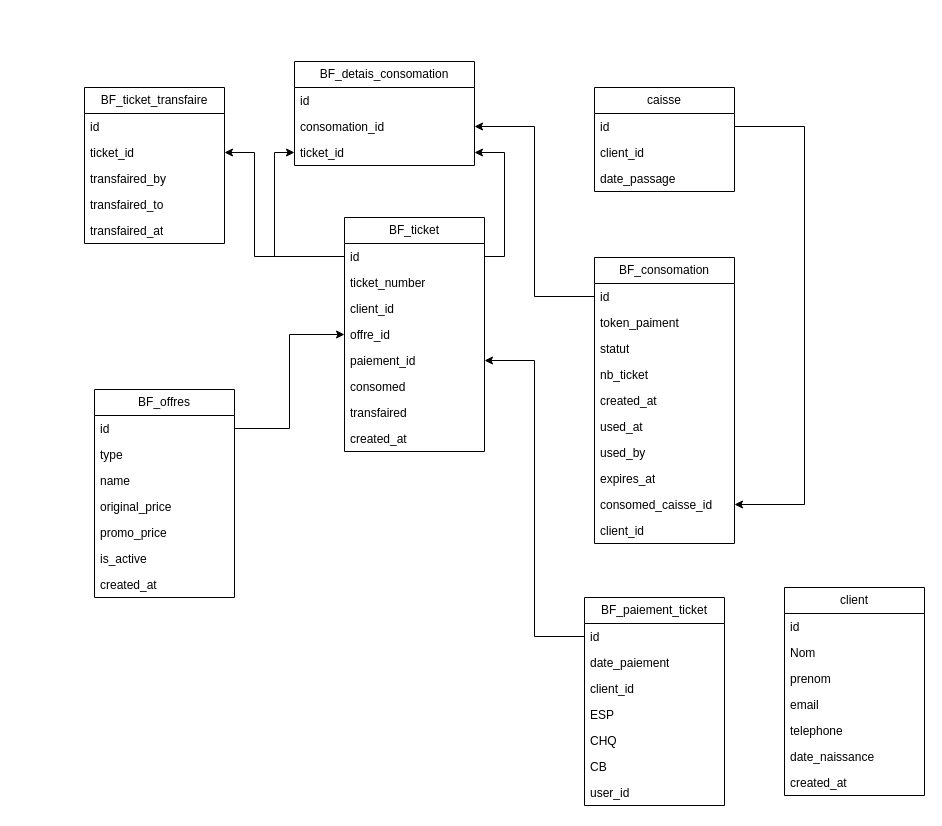
Above: Diagramme sans nom.drawio in KhobouzDev/draw.io (draw.io), before the change. Source tidied: cells renumbered, new cells numbered last; positions are measured from the earlier drawing's top-left corner, leaving out a move shared by most shapes. Both pictures are drawn from the tidied source at 100%, with x=0, y=0 at pixel (84, 61).
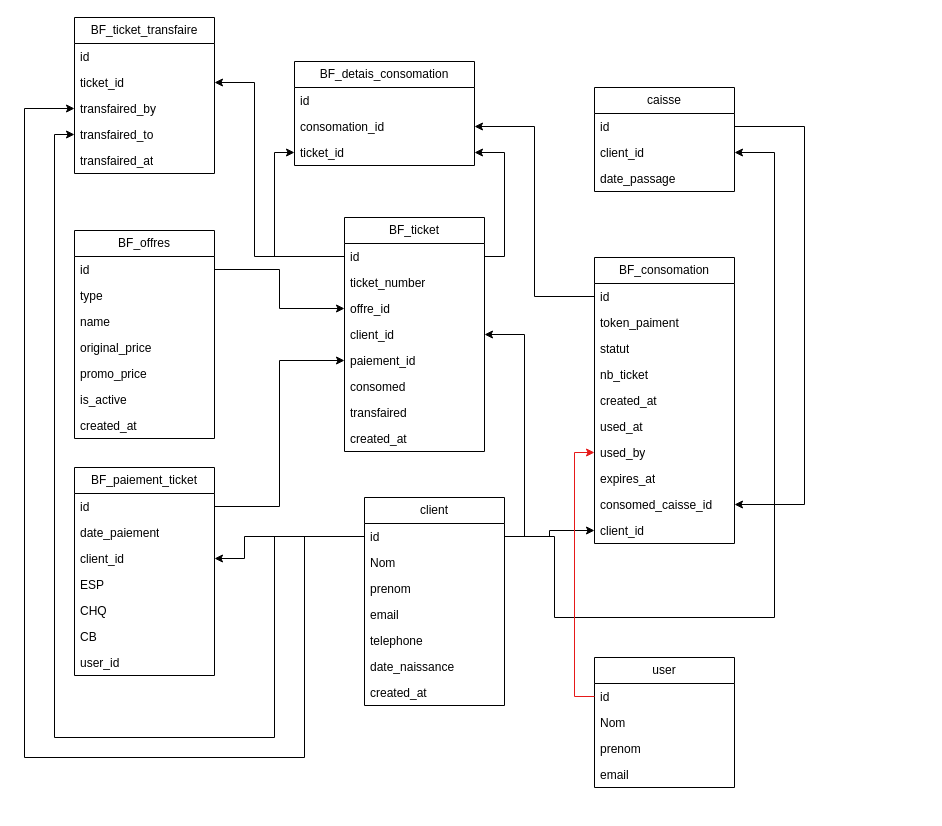
Above is the later version.

Commit message (it also covers changes not shown here):
Mettre à jour Diagramme sans nom.drawio

Unchanged cells that the change refers to:
```xml
<mxCell id="10" value="BF_ticket" style="swimlane;fontStyle=0;horizontal=1;startSize=26;fillColor=none;whiteSpace=wrap;html=1;" parent="1" vertex="1">
  <mxGeometry x="260" y="156" width="140" height="234" as="geometry" />
</mxCell>
<mxCell id="11" value="id" style="text;strokeColor=none;fillColor=none;align=left;verticalAlign=top;spacingLeft=4;spacingRight=4;overflow=hidden;points=[[0,0.5],[1,0.5]];portConstraint=eastwest;whiteSpace=wrap;html=1;" parent="10" vertex="1">
  <mxGeometry y="26" width="140" height="26" as="geometry" />
</mxCell>
<mxCell id="15" value="paiement_id" style="text;strokeColor=none;fillColor=none;align=left;verticalAlign=top;spacingLeft=4;spacingRight=4;overflow=hidden;points=[[0,0.5],[1,0.5]];portConstraint=eastwest;whiteSpace=wrap;html=1;" parent="10" vertex="1">
  <mxGeometry y="130" width="140" height="26" as="geometry" />
</mxCell>
<mxCell id="21" value="client_id" style="text;strokeColor=none;fillColor=none;align=left;verticalAlign=top;spacingLeft=4;spacingRight=4;overflow=hidden;points=[[0,0.5],[1,0.5]];portConstraint=eastwest;whiteSpace=wrap;html=1;" parent="19" vertex="1">
  <mxGeometry y="52" width="140" height="26" as="geometry" />
</mxCell>
<mxCell id="30" value="used_by" style="text;strokeColor=none;fillColor=none;align=left;verticalAlign=top;spacingLeft=4;spacingRight=4;overflow=hidden;points=[[0,0.5],[1,0.5]];portConstraint=eastwest;whiteSpace=wrap;html=1;" parent="23" vertex="1">
  <mxGeometry y="182" width="140" height="26" as="geometry" />
</mxCell>
<mxCell id="33" value="client_id" style="text;strokeColor=none;fillColor=none;align=left;verticalAlign=top;spacingLeft=4;spacingRight=4;overflow=hidden;points=[[0,0.5],[1,0.5]];portConstraint=eastwest;whiteSpace=wrap;html=1;" parent="23" vertex="1">
  <mxGeometry y="260" width="140" height="26" as="geometry" />
</mxCell>
<mxCell id="40" value="ticket_id" style="text;strokeColor=none;fillColor=none;align=left;verticalAlign=top;spacingLeft=4;spacingRight=4;overflow=hidden;points=[[0,0.5],[1,0.5]];portConstraint=eastwest;whiteSpace=wrap;html=1;" parent="38" vertex="1">
  <mxGeometry y="52" width="140" height="26" as="geometry" />
</mxCell>
<mxCell id="41" value="transfaired_by" style="text;strokeColor=none;fillColor=none;align=left;verticalAlign=top;spacingLeft=4;spacingRight=4;overflow=hidden;points=[[0,0.5],[1,0.5]];portConstraint=eastwest;whiteSpace=wrap;html=1;" parent="38" vertex="1">
  <mxGeometry y="78" width="140" height="26" as="geometry" />
</mxCell>
<mxCell id="42" value="transfaired_to" style="text;strokeColor=none;fillColor=none;align=left;verticalAlign=top;spacingLeft=4;spacingRight=4;overflow=hidden;points=[[0,0.5],[1,0.5]];portConstraint=eastwest;whiteSpace=wrap;html=1;" parent="38" vertex="1">
  <mxGeometry y="104" width="140" height="26" as="geometry" />
</mxCell>
<mxCell id="48" value="id" style="text;strokeColor=none;fillColor=none;align=left;verticalAlign=top;spacingLeft=4;spacingRight=4;overflow=hidden;points=[[0,0.5],[1,0.5]];portConstraint=eastwest;whiteSpace=wrap;html=1;" parent="47" vertex="1">
  <mxGeometry y="26" width="140" height="26" as="geometry" />
</mxCell>
<mxCell id="50" value="client_id" style="text;strokeColor=none;fillColor=none;align=left;verticalAlign=top;spacingLeft=4;spacingRight=4;overflow=hidden;points=[[0,0.5],[1,0.5]];portConstraint=eastwest;whiteSpace=wrap;html=1;" parent="47" vertex="1">
  <mxGeometry y="78" width="140" height="26" as="geometry" />
</mxCell>
<mxCell id="60" value="id" style="text;strokeColor=none;fillColor=none;align=left;verticalAlign=top;spacingLeft=4;spacingRight=4;overflow=hidden;points=[[0,0.5],[1,0.5]];portConstraint=eastwest;whiteSpace=wrap;html=1;" parent="59" vertex="1">
  <mxGeometry y="26" width="140" height="26" as="geometry" />
</mxCell>
```

What changed in the source:
```diff
@@
     <mxCell id="2" value="BF_offres" style="swimlane;fontStyle=0;horizontal=1;startSize=26;fillColor=none;whiteSpace=wrap;html=1;" parent="1" vertex="1">
-      <mxGeometry x="10" y="328" width="140" height="208" as="geometry" />
+      <mxGeometry x="-10" y="169" width="140" height="208" as="geometry" />
     </mxCell>
@@
+    <mxCell id="14" value="offre_id" style="text;strokeColor=none;fillColor=none;align=left;verticalAlign=top;spacingLeft=4;spacingRight=4;overflow=hidden;points=[[0,0.5],[1,0.5]];portConstraint=eastwest;whiteSpace=wrap;html=1;" parent="10" vertex="1">
+      <mxGeometry y="78" width="140" height="26" as="geometry" />
+    </mxCell>
     <mxCell id="13" value="client_id" style="text;strokeColor=none;fillColor=none;align=left;verticalAlign=top;spacingLeft=4;spacingRight=4;overflow=hidden;points=[[0,0.5],[1,0.5]];portConstraint=eastwest;whiteSpace=wrap;html=1;" parent="10" vertex="1">
-      <mxGeometry y="78" width="140" height="26" as="geometry" />
+      <mxGeometry y="104" width="140" height="26" as="geometry" />
     </mxCell>
-    <mxCell id="14" value="offre_id" style="text;strokeColor=none;fillColor=none;align=left;verticalAlign=top;spacingLeft=4;spacingRight=4;overflow=hidden;points=[[0,0.5],[1,0.5]];portConstraint=eastwest;whiteSpace=wrap;html=1;" parent="10" vertex="1">
-      <mxGeometry y="104" width="140" height="26" as="geometry" />
-    </mxCell>
@@
     <mxCell id="38" value="BF_ticket_transfaire" style="swimlane;fontStyle=0;horizontal=1;startSize=26;fillColor=none;whiteSpace=wrap;html=1;" parent="1" vertex="1">
-      <mxGeometry y="26" width="140" height="156" as="geometry" />
+      <mxGeometry x="-10" y="-44" width="140" height="156" as="geometry" />
     </mxCell>
@@
     <mxCell id="47" value="BF_paiement_ticket" style="swimlane;fontStyle=0;horizontal=1;startSize=26;fillColor=none;whiteSpace=wrap;html=1;" parent="1" vertex="1">
-      <mxGeometry x="500" y="536" width="140" height="208" as="geometry" />
+      <mxGeometry x="-10" y="406" width="140" height="208" as="geometry" />
     </mxCell>
@@
-    <mxCell id="55" style="edgeStyle=orthogonalEdgeStyle;rounded=0;jettySize=auto;html=1;exitX=0;exitY=0.5;exitDx=0;exitDy=0;entryX=1;entryY=0.5;entryDx=0;entryDy=0;" parent="1" edge="1" source="48" target="15">
-      <mxGeometry relative="1" as="geometry" />
-    </mxCell>
-    <mxCell id="56" style="edgeStyle=orthogonalEdgeStyle;rounded=0;jettySize=auto;html=1;exitX=0;exitY=0.5;exitDx=0;exitDy=0;entryX=1;entryY=0.5;entryDx=0;entryDy=0;" parent="1" edge="1" source="11" target="40">
-      <mxGeometry relative="1" as="geometry">
-        <Array as="points">
-          <mxPoint x="170" y="195" />
-          <mxPoint x="170" y="91" />
-        </Array>
-      </mxGeometry>
-    </mxCell>
@@
     <mxCell id="59" value="client" style="swimlane;fontStyle=0;horizontal=1;startSize=26;fillColor=none;whiteSpace=wrap;html=1;" parent="1" vertex="1">
-      <mxGeometry x="700" y="526" width="140" height="208" as="geometry" />
+      <mxGeometry x="280" y="436" width="140" height="208" as="geometry" />
     </mxCell>
@@
+    <mxCell id="55" style="edgeStyle=orthogonalEdgeStyle;rounded=0;jettySize=auto;html=1;exitX=1;exitY=0.5;exitDx=0;exitDy=0;" parent="1" edge="1" source="48" target="15">
+      <mxGeometry relative="1" as="geometry" />
+    </mxCell>
+    <mxCell id="67" style="edgeStyle=orthogonalEdgeStyle;rounded=0;jettySize=auto;html=1;exitX=1;exitY=0.5;exitDx=0;exitDy=0;entryX=1;entryY=0.5;entryDx=0;entryDy=0;" parent="1" edge="1" source="60" target="21">
+      <mxGeometry relative="1" as="geometry">
+        <Array as="points">
+          <mxPoint x="470" y="475" />
+          <mxPoint x="470" y="556" />
+          <mxPoint x="690" y="556" />
+          <mxPoint x="690" y="91" />
+        </Array>
+      </mxGeometry>
+    </mxCell>
+    <mxCell id="68" style="edgeStyle=orthogonalEdgeStyle;rounded=0;jettySize=auto;html=1;exitX=1;exitY=0.5;exitDx=0;exitDy=0;entryX=1;entryY=0.5;entryDx=0;entryDy=0;" parent="1" edge="1" source="60" target="13">
+      <mxGeometry relative="1" as="geometry" />
+    </mxCell>
+    <mxCell id="56" style="edgeStyle=orthogonalEdgeStyle;rounded=0;jettySize=auto;html=1;exitX=0;exitY=0.5;exitDx=0;exitDy=0;entryX=1;entryY=0.5;entryDx=0;entryDy=0;" parent="1" edge="1" source="11" target="40">
+      <mxGeometry relative="1" as="geometry">
+        <Array as="points">
+          <mxPoint x="170" y="195" />
+          <mxPoint x="170" y="21" />
+        </Array>
+      </mxGeometry>
+    </mxCell>
+    <mxCell id="69" style="edgeStyle=orthogonalEdgeStyle;rounded=0;jettySize=auto;html=1;exitX=0;exitY=0.5;exitDx=0;exitDy=0;entryX=0;entryY=0.5;entryDx=0;entryDy=0;" parent="1" edge="1" source="60" target="41">
+      <mxGeometry relative="1" as="geometry">
+        <Array as="points">
+          <mxPoint x="220" y="475" />
+          <mxPoint x="220" y="696" />
+          <mxPoint x="-60" y="696" />
+          <mxPoint x="-60" y="47" />
+        </Array>
+      </mxGeometry>
+    </mxCell>
+    <mxCell id="70" style="edgeStyle=orthogonalEdgeStyle;rounded=0;jettySize=auto;html=1;exitX=0;exitY=0.5;exitDx=0;exitDy=0;entryX=0;entryY=0.5;entryDx=0;entryDy=0;" parent="1" edge="1" source="60" target="42">
+      <mxGeometry relative="1" as="geometry">
+        <Array as="points">
+          <mxPoint x="190" y="475" />
+          <mxPoint x="190" y="676" />
+          <mxPoint x="-30" y="676" />
+          <mxPoint x="-30" y="73" />
+        </Array>
+      </mxGeometry>
+    </mxCell>
+    <mxCell id="71" style="edgeStyle=orthogonalEdgeStyle;rounded=0;jettySize=auto;html=1;exitX=1;exitY=0.5;exitDx=0;exitDy=0;" parent="1" edge="1" source="60" target="33">
+      <mxGeometry relative="1" as="geometry" />
+    </mxCell>
+    <mxCell id="72" style="edgeStyle=orthogonalEdgeStyle;rounded=0;jettySize=auto;html=1;exitX=0;exitY=0.5;exitDx=0;exitDy=0;entryX=1;entryY=0.5;entryDx=0;entryDy=0;" parent="1" edge="1" source="60" target="50">
+      <mxGeometry relative="1" as="geometry">
+        <Array as="points">
+          <mxPoint x="160" y="475" />
+          <mxPoint x="160" y="497" />
+        </Array>
+      </mxGeometry>
+    </mxCell>
+    <mxCell id="73" value="user" style="swimlane;fontStyle=0;horizontal=1;startSize=26;fillColor=none;whiteSpace=wrap;html=1;" parent="1" vertex="1">
+      <mxGeometry x="510" y="596" width="140" height="130" as="geometry" />
+    </mxCell>
+    <mxCell id="74" value="id" style="text;strokeColor=none;fillColor=none;align=left;verticalAlign=top;spacingLeft=4;spacingRight=4;overflow=hidden;points=[[0,0.5],[1,0.5]];portConstraint=eastwest;whiteSpace=wrap;html=1;" parent="73" vertex="1">
+      <mxGeometry y="26" width="140" height="26" as="geometry" />
+    </mxCell>
+    <mxCell id="75" value="Nom" style="text;strokeColor=none;fillColor=none;align=left;verticalAlign=top;spacingLeft=4;spacingRight=4;overflow=hidden;whiteSpace=wrap;html=1;" parent="73" vertex="1">
+      <mxGeometry y="52" width="140" height="26" as="geometry" />
+    </mxCell>
+    <mxCell id="76" value="prenom" style="text;strokeColor=none;fillColor=none;align=left;verticalAlign=top;spacingLeft=4;spacingRight=4;overflow=hidden;whiteSpace=wrap;html=1;" parent="73" vertex="1">
+      <mxGeometry y="78" width="140" height="26" as="geometry" />
+    </mxCell>
+    <mxCell id="77" value="email" style="text;strokeColor=none;fillColor=none;align=left;verticalAlign=top;spacingLeft=4;spacingRight=4;overflow=hidden;whiteSpace=wrap;html=1;" parent="73" vertex="1">
+      <mxGeometry y="104" width="140" height="26" as="geometry" />
+    </mxCell>
+    <mxCell id="78" style="edgeStyle=orthogonalEdgeStyle;rounded=0;jettySize=auto;html=1;exitX=0;exitY=0.5;exitDx=0;exitDy=0;entryX=0;entryY=0.5;entryDx=0;entryDy=0;strokeColor=light-dark(#e61919, #ededed);" parent="1" edge="1" source="74" target="30">
+      <mxGeometry relative="1" as="geometry">
+        <Array as="points">
+          <mxPoint x="490" y="635" />
+          <mxPoint x="490" y="391" />
+        </Array>
+      </mxGeometry>
+    </mxCell>
```
